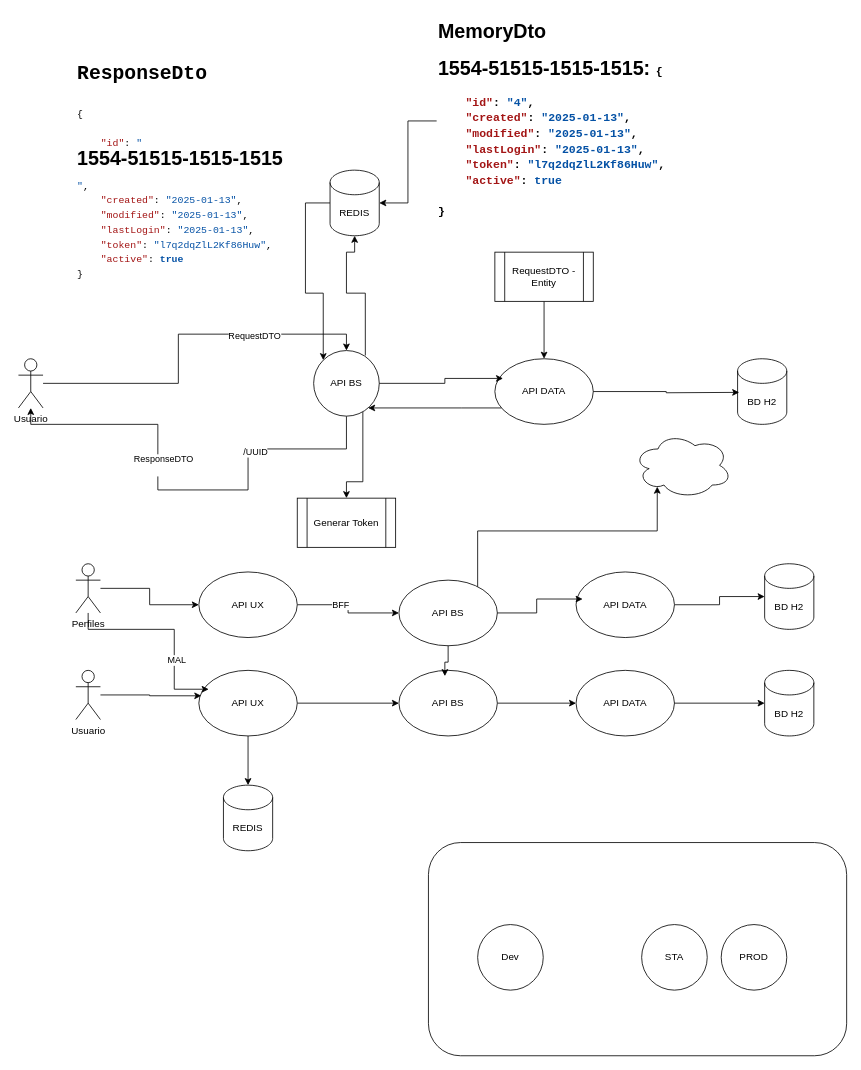
Above: api-data-v1/doc/app.drawio in wlopezob/curso-webflux (draw.io), before the change. Source tidied: cells renumbered, new cells numbered last; positions are measured from the earlier drawing's top-left corner, leaving out a move shared by most shapes. Both pictures are drawn from the tidied source at 82%, with x=0, y=0 at pixel (18, 14).
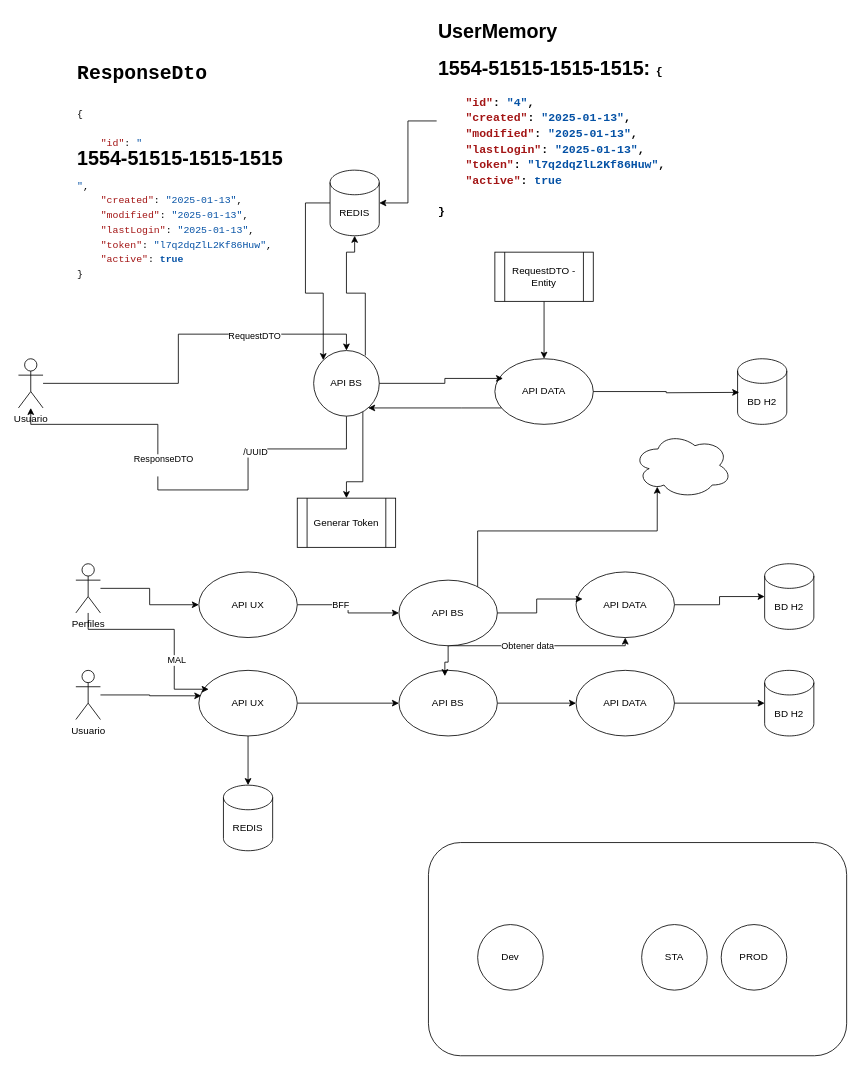
The same page after the edit.

Unchanged cells that the change refers to:
```xml
<mxCell id="36" value="API BS" style="ellipse;whiteSpace=wrap;html=1;" parent="1" vertex="1">
  <mxGeometry x="464" y="690" width="120" height="80" as="geometry" />
</mxCell>
<mxCell id="41" value="API DATA" style="ellipse;whiteSpace=wrap;html=1;" parent="1" vertex="1">
  <mxGeometry x="680" y="680" width="120" height="80" as="geometry" />
</mxCell>
```

The edit, as a diff of the source:
```diff
@@
+    <mxCell id="54" style="edgeStyle=orthogonalEdgeStyle;rounded=0;jettySize=auto;html=1;" parent="1" edge="1" source="36" target="41">
+      <mxGeometry relative="1" as="geometry">
+        <Array as="points">
+          <mxPoint x="740" y="770" />
+        </Array>
+      </mxGeometry>
+    </mxCell>
+    <mxCell id="55" value="Obtener data" style="edgeLabel;html=1;align=center;verticalAlign=middle;" parent="54" vertex="1">
+      <mxGeometry x="-0.43" y="4" relative="1" as="geometry">
+        <mxPoint x="32" y="4" as="offset" />
+      </mxGeometry>
+    </mxCell>
@@
-    <mxCell id="51" value="&lt;h1 style=&quot;margin-top: 0px;&quot;&gt;MemoryDto&lt;/h1&gt;&lt;h1 style=&quot;margin-top: 0px;&quot;&gt;1554-51515-1515-1515:&amp;nbsp;&lt;span style=&quot;background-color: rgb(255, 255, 255); font-family: IBMPlexMono, &amp;quot;Courier New&amp;quot;, monospace, Consolas, &amp;quot;Courier New&amp;quot;, monospace; white-space: pre; color: light-dark(rgb(0, 0, 0), rgb(255, 255, 255));&quot;&gt;&lt;font style=&quot;font-size: 14px;&quot;&gt;{&lt;/font&gt;&lt;/span&gt;&lt;/h1&gt;&lt;div style=&quot;background-color: rgb(255, 255, 255); font-family: IBMPlexMono, &amp;quot;Courier New&amp;quot;, monospace, Consolas, &amp;quot;Courier New&amp;quot;, monospace; line-height: 18px; white-space: pre;&quot;&gt;&lt;div&gt;&lt;b&gt;&lt;font style=&quot;font-size: 14px;&quot;&gt;&amp;nbsp; &amp;nbsp; &lt;span style=&quot;color: rgb(163, 21, 21);&quot;&gt;&quot;id&quot;&lt;/span&gt;: &lt;span style=&quot;color: rgb(4, 81, 165);&quot;&gt;&quot;4&quot;&lt;/span&gt;,&lt;/font&gt;&lt;/b&gt;&lt;/div&gt;&lt;div&gt;&lt;b&gt;&lt;font style=&quot;font-size: 14px;&quot;&gt;&amp;nbsp; &amp;nbsp; &lt;span style=&quot;color: rgb(163, 21, 21);&quot;&gt;&quot;created&quot;&lt;/span&gt;: &lt;span style=&quot;color: rgb(4, 81, 165);&quot;&gt;&quot;2025-01-13&quot;&lt;/span&gt;,&lt;/font&gt;&lt;/b&gt;&lt;/div&gt;&lt;div&gt;&lt;b&gt;&lt;font style=&quot;font-size: 14px;&quot;&gt;&amp;nbsp; &amp;nbsp; &lt;span style=&quot;color: rgb(163, 21, 21);&quot;&gt;&quot;modified&quot;&lt;/span&gt;: &lt;span style=&quot;color: rgb(4, 81, 165);&quot;&gt;&quot;2025-01-13&quot;&lt;/span&gt;,&lt;/font&gt;&lt;/b&gt;&lt;/div&gt;&lt;div&gt;&lt;b&gt;&lt;font style=&quot;font-size: 14px;&quot;&gt;&amp;nbsp; &amp;nbsp; &lt;span style=&quot;color: rgb(163, 21, 21);&quot;&gt;&quot;lastLogin&quot;&lt;/span&gt;: &lt;span style=&quot;color: rgb(4, 81, 165);&quot;&gt;&quot;2025-01-13&quot;&lt;/span&gt;,&lt;/font&gt;&lt;/b&gt;&lt;/div&gt;&lt;div&gt;&lt;b&gt;&lt;font style=&quot;font-size: 14px;&quot;&gt;&amp;nbsp; &amp;nbsp; &lt;span style=&quot;color: rgb(163, 21, 21);&quot;&gt;&quot;token&quot;&lt;/span&gt;: &lt;span style=&quot;color: rgb(4, 81, 165);&quot;&gt;&quot;l7q2dqZlL2Kf86Huw&quot;&lt;/span&gt;,&lt;/font&gt;&lt;/b&gt;&lt;/div&gt;&lt;div&gt;&lt;b&gt;&lt;font style=&quot;font-size: 14px;&quot;&gt;&amp;nbsp; &amp;nbsp; &lt;span style=&quot;color: rgb(163, 21, 21);&quot;&gt;&quot;active&quot;&lt;/span&gt;: &lt;span style=&quot;color: rgb(4, 81, 165);&quot;&gt;true&lt;/span&gt;&lt;/font&gt;&lt;/b&gt;&lt;/div&gt;&lt;div&gt;&lt;b&gt;&lt;font style=&quot;font-size: 14px;&quot;&gt;&lt;br&gt;&lt;/font&gt;&lt;/b&gt;&lt;/div&gt;&lt;div&gt;&lt;b&gt;&lt;font style=&quot;font-size: 14px;&quot;&gt;}&lt;/font&gt;&lt;/b&gt;&lt;/div&gt;&lt;/div&gt;" style="text;html=1;whiteSpace=wrap;overflow=hidden;rounded=0;" parent="1" vertex="1">
+    <mxCell id="51" value="&lt;h1 style=&quot;margin-top: 0px;&quot;&gt;UserMemory&lt;/h1&gt;&lt;h1 style=&quot;margin-top: 0px;&quot;&gt;1554-51515-1515-1515:&amp;nbsp;&lt;span style=&quot;background-color: rgb(255, 255, 255); font-family: IBMPlexMono, &amp;quot;Courier New&amp;quot;, monospace, Consolas, &amp;quot;Courier New&amp;quot;, monospace; white-space: pre; color: light-dark(rgb(0, 0, 0), rgb(255, 255, 255));&quot;&gt;&lt;font style=&quot;font-size: 14px;&quot;&gt;{&lt;/font&gt;&lt;/span&gt;&lt;/h1&gt;&lt;div style=&quot;background-color: rgb(255, 255, 255); font-family: IBMPlexMono, &amp;quot;Courier New&amp;quot;, monospace, Consolas, &amp;quot;Courier New&amp;quot;, monospace; line-height: 18px; white-space: pre;&quot;&gt;&lt;div&gt;&lt;b&gt;&lt;font style=&quot;font-size: 14px;&quot;&gt;&amp;nbsp; &amp;nbsp; &lt;span style=&quot;color: rgb(163, 21, 21);&quot;&gt;&quot;id&quot;&lt;/span&gt;: &lt;span style=&quot;color: rgb(4, 81, 165);&quot;&gt;&quot;4&quot;&lt;/span&gt;,&lt;/font&gt;&lt;/b&gt;&lt;/div&gt;&lt;div&gt;&lt;b&gt;&lt;font style=&quot;font-size: 14px;&quot;&gt;&amp;nbsp; &amp;nbsp; &lt;span style=&quot;color: rgb(163, 21, 21);&quot;&gt;&quot;created&quot;&lt;/span&gt;: &lt;span style=&quot;color: rgb(4, 81, 165);&quot;&gt;&quot;2025-01-13&quot;&lt;/span&gt;,&lt;/font&gt;&lt;/b&gt;&lt;/div&gt;&lt;div&gt;&lt;b&gt;&lt;font style=&quot;font-size: 14px;&quot;&gt;&amp;nbsp; &amp;nbsp; &lt;span style=&quot;color: rgb(163, 21, 21);&quot;&gt;&quot;modified&quot;&lt;/span&gt;: &lt;span style=&quot;color: rgb(4, 81, 165);&quot;&gt;&quot;2025-01-13&quot;&lt;/span&gt;,&lt;/font&gt;&lt;/b&gt;&lt;/div&gt;&lt;div&gt;&lt;b&gt;&lt;font style=&quot;font-size: 14px;&quot;&gt;&amp;nbsp; &amp;nbsp; &lt;span style=&quot;color: rgb(163, 21, 21);&quot;&gt;&quot;lastLogin&quot;&lt;/span&gt;: &lt;span style=&quot;color: rgb(4, 81, 165);&quot;&gt;&quot;2025-01-13&quot;&lt;/span&gt;,&lt;/font&gt;&lt;/b&gt;&lt;/div&gt;&lt;div&gt;&lt;b&gt;&lt;font style=&quot;font-size: 14px;&quot;&gt;&amp;nbsp; &amp;nbsp; &lt;span style=&quot;color: rgb(163, 21, 21);&quot;&gt;&quot;token&quot;&lt;/span&gt;: &lt;span style=&quot;color: rgb(4, 81, 165);&quot;&gt;&quot;l7q2dqZlL2Kf86Huw&quot;&lt;/span&gt;,&lt;/font&gt;&lt;/b&gt;&lt;/div&gt;&lt;div&gt;&lt;b&gt;&lt;font style=&quot;font-size: 14px;&quot;&gt;&amp;nbsp; &amp;nbsp; &lt;span style=&quot;color: rgb(163, 21, 21);&quot;&gt;&quot;active&quot;&lt;/span&gt;: &lt;span style=&quot;color: rgb(4, 81, 165);&quot;&gt;true&lt;/span&gt;&lt;/font&gt;&lt;/b&gt;&lt;/div&gt;&lt;div&gt;&lt;b&gt;&lt;font style=&quot;font-size: 14px;&quot;&gt;&lt;br&gt;&lt;/font&gt;&lt;/b&gt;&lt;/div&gt;&lt;div&gt;&lt;b&gt;&lt;font style=&quot;font-size: 14px;&quot;&gt;}&lt;/font&gt;&lt;/b&gt;&lt;/div&gt;&lt;/div&gt;" style="text;html=1;whiteSpace=wrap;overflow=hidden;rounded=0;" parent="1" vertex="1">
       <mxGeometry x="510" width="300" height="260" as="geometry" />
     </mxCell>
```
